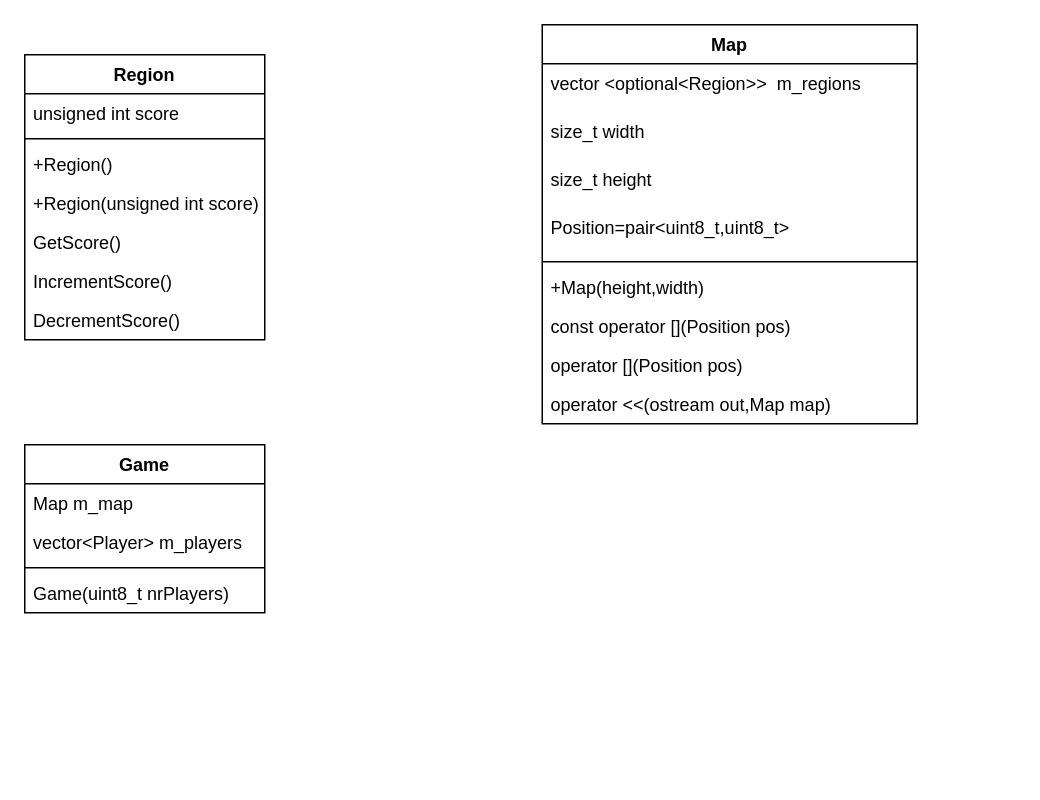
This is project/2_useful_informations/ProiectTriviador.drawio from NSS-14/ProjectModernCpp, a draw.io file, before an edit. Source tidied: cells renumbered, new cells numbered last; positions are measured from the earlier drawing's top-left corner, leaving out a move shared by most shapes. Both pictures are drawn from the tidied source at 150%, with x=0, y=0 at pixel (24, 24).
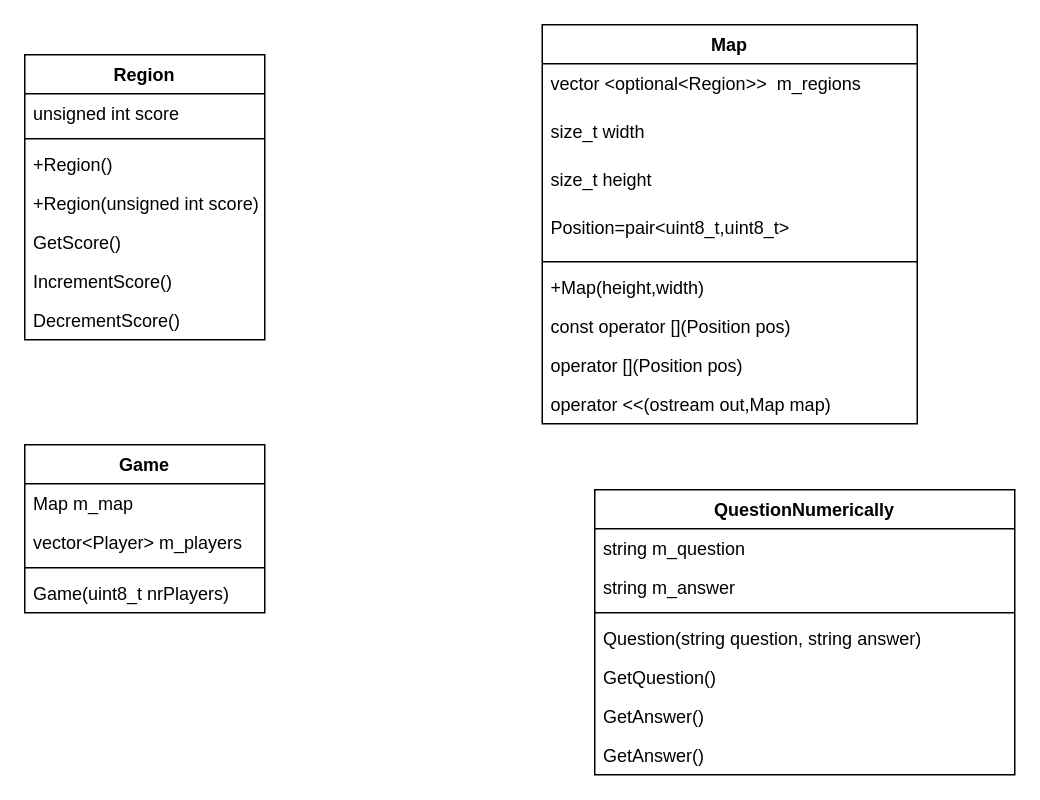
Above is the later version.

The edit, as a diff of the source:
```diff
@@
+    <mxCell id="25" value="QuestionNumerically" style="swimlane;fontStyle=1;align=center;verticalAlign=top;horizontal=1;startSize=26;" parent="1" vertex="1">
+      <mxGeometry x="380" y="310" width="280" height="190" as="geometry" />
+    </mxCell>
+    <mxCell id="26" value="string m_question" style="text;strokeColor=none;fillColor=none;align=left;verticalAlign=top;spacingLeft=4;spacingRight=4;overflow=hidden;" parent="25" vertex="1">
+      <mxGeometry y="26" width="280" height="26" as="geometry" />
+    </mxCell>
+    <mxCell id="27" value="string m_answer" style="text;strokeColor=none;fillColor=none;align=left;verticalAlign=top;spacingLeft=4;spacingRight=4;overflow=hidden;" parent="25" vertex="1">
+      <mxGeometry y="52" width="280" height="26" as="geometry" />
+    </mxCell>
+    <mxCell id="28" style="line;strokeWidth=1;fillColor=none;align=left;verticalAlign=middle;spacingTop=-1;spacingLeft=3;spacingRight=3;labelPosition=right;strokeColor=inherit;" parent="25" vertex="1">
+      <mxGeometry y="78" width="280" height="8" as="geometry" />
+    </mxCell>
+    <mxCell id="29" value="Question(string question, string answer)" style="text;strokeColor=none;fillColor=none;align=left;verticalAlign=top;spacingLeft=4;spacingRight=4;overflow=hidden;" parent="25" vertex="1">
+      <mxGeometry y="86" width="280" height="26" as="geometry" />
+    </mxCell>
+    <mxCell id="30" value="GetQuestion()" style="text;strokeColor=none;fillColor=none;align=left;verticalAlign=top;spacingLeft=4;spacingRight=4;overflow=hidden;" parent="25" vertex="1">
+      <mxGeometry y="112" width="280" height="26" as="geometry" />
+    </mxCell>
+    <mxCell id="31" value="GetAnswer()" style="text;strokeColor=none;fillColor=none;align=left;verticalAlign=top;spacingLeft=4;spacingRight=4;overflow=hidden;" parent="25" vertex="1">
+      <mxGeometry y="138" width="280" height="26" as="geometry" />
+    </mxCell>
+    <mxCell id="32" value="GetAnswer()" style="text;strokeColor=none;fillColor=none;align=left;verticalAlign=top;spacingLeft=4;spacingRight=4;overflow=hidden;" parent="25" vertex="1">
+      <mxGeometry y="164" width="280" height="26" as="geometry" />
+    </mxCell>
```
